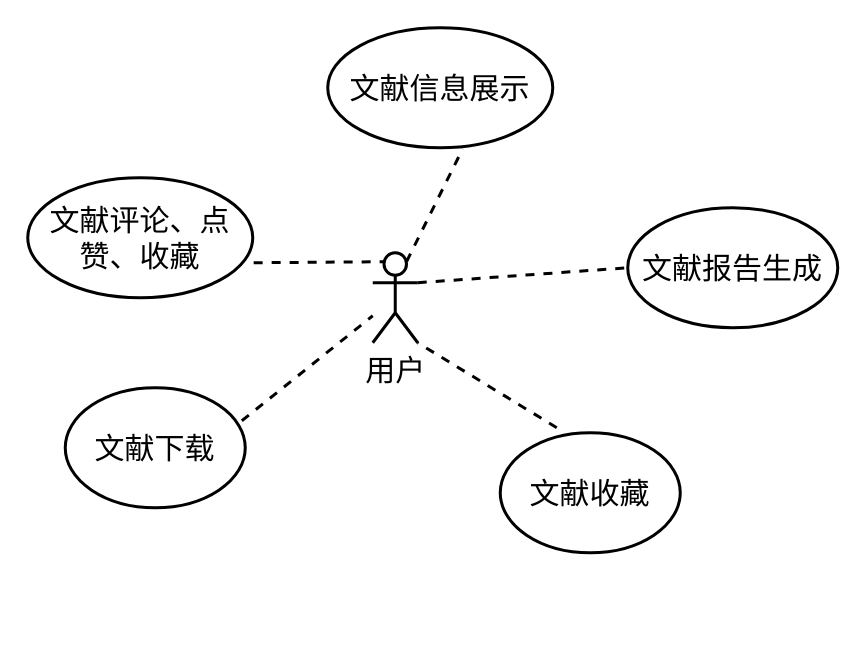
jongsh/drawio keeps this draw.io diagram as 2024-BUAA-SE/需求规格书/成果交互模块-用例图.drawio. Above is the earlier version. Source tidied: cells renumbered, new cells numbered last; positions are measured from the earlier drawing's top-left corner, leaving out a move shared by most shapes. Both pictures are drawn from the tidied source at 150%, with x=0, y=0 at pixel (27, 27).
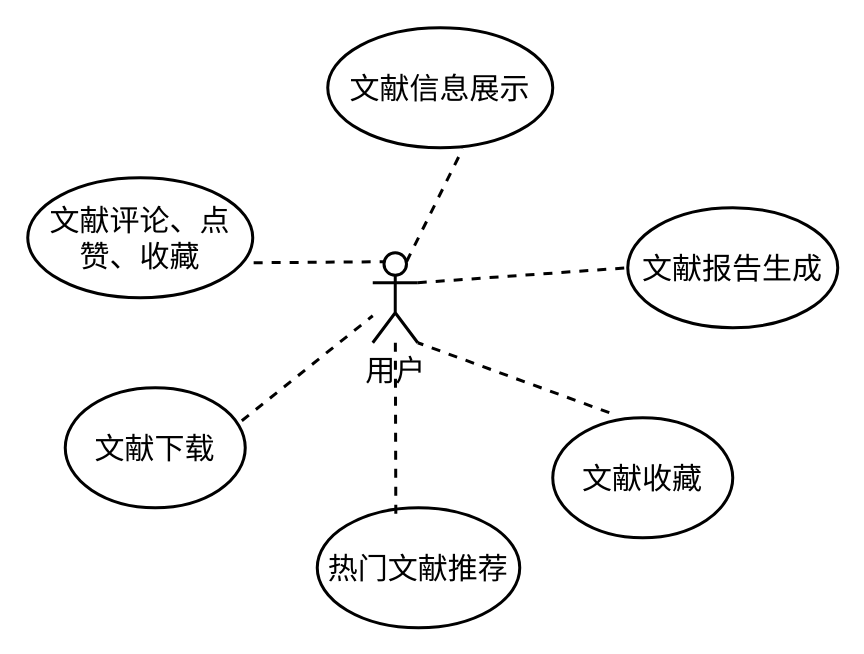
Above is the later version.

Commit message:
更新成果交互模块-用例图.drawio

Change to the diagram source:
```diff
@@
 <mxGraphModel>
   <root>
     <mxCell id="0" />
     <mxCell id="1" parent="0" />
     <mxCell id="2" value="用户" style="shape=umlActor;verticalLabelPosition=bottom;verticalAlign=top;html=1;outlineConnect=0;strokeWidth=2;fontSize=20;" parent="1" vertex="1">
       <mxGeometry x="230" y="150" width="30" height="60" as="geometry" />
     </mxCell>
     <mxCell id="3" value="文献信息展示" style="ellipse;whiteSpace=wrap;html=1;strokeWidth=2;fontSize=20;" parent="1" vertex="1">
       <mxGeometry x="200" width="150" height="80" as="geometry" />
     </mxCell>
     <mxCell id="4" value="文献报告生成" style="ellipse;whiteSpace=wrap;html=1;strokeWidth=2;fontSize=20;" parent="1" vertex="1">
       <mxGeometry x="400" y="120" width="140" height="80" as="geometry" />
     </mxCell>
     <mxCell id="5" value="文献收藏" style="ellipse;whiteSpace=wrap;html=1;strokeWidth=2;fontSize=20;" parent="1" vertex="1">
-      <mxGeometry x="315" y="270" width="120" height="80" as="geometry" />
+      <mxGeometry x="350" y="260" width="120" height="80" as="geometry" />
     </mxCell>
     <mxCell id="6" value="文献下载" style="ellipse;whiteSpace=wrap;html=1;strokeWidth=2;fontSize=20;" parent="1" vertex="1">
       <mxGeometry x="25" y="240" width="120" height="80" as="geometry" />
     </mxCell>
     <mxCell id="7" value="文献评论、点赞、收藏" style="ellipse;whiteSpace=wrap;html=1;strokeWidth=2;fontSize=20;" parent="1" vertex="1">
       <mxGeometry y="100" width="150" height="80" as="geometry" />
     </mxCell>
     <mxCell id="8" style="endArrow=none;dashed=1;html=1;rounded=0;exitX=0.981;exitY=0.275;exitDx=0;exitDy=0;exitPerimeter=0;fontSize=20;strokeWidth=2;" parent="1" edge="1" source="6" target="2">
       <mxGeometry relative="1" as="geometry" />
     </mxCell>
     <mxCell id="9" style="endArrow=none;dashed=1;html=1;rounded=0;entryX=0.6;entryY=1.008;entryDx=0;entryDy=0;entryPerimeter=0;exitX=0.75;exitY=0.1;exitDx=0;exitDy=0;exitPerimeter=0;fontSize=20;strokeWidth=2;" parent="1" edge="1" source="2" target="3">
       <mxGeometry relative="1" as="geometry" />
     </mxCell>
     <mxCell id="10" style="endArrow=none;dashed=1;html=1;rounded=0;entryX=0.25;entryY=0.1;entryDx=0;entryDy=0;entryPerimeter=0;exitX=1.004;exitY=0.708;exitDx=0;exitDy=0;exitPerimeter=0;fontSize=20;strokeWidth=2;" parent="1" edge="1" source="7" target="2">
       <mxGeometry relative="1" as="geometry" />
     </mxCell>
     <mxCell id="11" style="endArrow=none;dashed=1;html=1;rounded=0;entryX=1;entryY=1;entryDx=0;entryDy=0;entryPerimeter=0;exitX=0.314;exitY=-0.042;exitDx=0;exitDy=0;exitPerimeter=0;fontSize=20;strokeWidth=2;" parent="1" edge="1" source="5" target="2">
       <mxGeometry relative="1" as="geometry" />
     </mxCell>
     <mxCell id="12" style="endArrow=none;dashed=1;html=1;rounded=0;entryX=0;entryY=0.5;entryDx=0;entryDy=0;exitX=1;exitY=0.3333333333333333;exitDx=0;exitDy=0;exitPerimeter=0;fontSize=20;strokeWidth=2;" parent="1" edge="1" source="2" target="4">
       <mxGeometry relative="1" as="geometry" />
     </mxCell>
+    <mxCell id="13" value="热门文献推荐" style="ellipse;whiteSpace=wrap;html=1;strokeWidth=2;fontSize=20;" parent="1" vertex="1">
+      <mxGeometry x="193" y="320" width="135" height="80" as="geometry" />
+    </mxCell>
+    <mxCell id="14" style="endArrow=none;dashed=1;html=1;rounded=0;exitX=0.388;exitY=0.05;exitDx=0;exitDy=0;exitPerimeter=0;strokeWidth=2;" parent="1" edge="1" source="13" target="2">
+      <mxGeometry relative="1" as="geometry" />
+    </mxCell>
   </root>
 </mxGraphModel>
```
